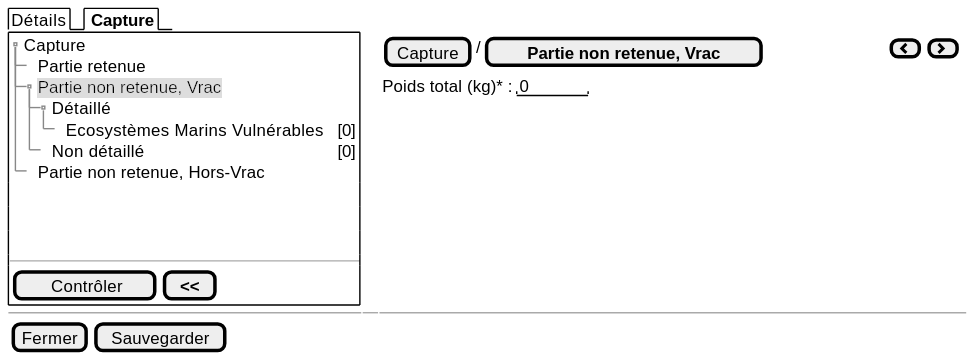
Above: projects/obsmer/spe/images/batch/batch-tree-PNR-VRAC-DETAIL.svg in sumaris-net/sumaris-doc (PlantUML), before the change. Its source is kept beside it as projects/obsmer/spe/images/batch/batch-tree-PNR-VRAC-DETAIL.puml. Source of this version:
```plantuml
@startsalt
{
  {/ Détails | <b> Capture }
  {+
   {T
       + Capture
       ++ Partie retenue
       ++ <back:#DDD>Partie non retenue, Vrac
       +++ Détaillé
       ++++ Ecosystèmes Marins Vulnérables | <color:black>[0]
       +++ Non détaillé | <color:black>[0]
       ++ Partie non retenue, Hors-Vrac
   }
    .
    .
    .
   --
   {
      [<&checkmark> Contrôler] | [ <b><< ]
   }
  } | . | {
    { [Capture] | / | [<b>Partie non retenue, Vrac] | . | . | . | . | . | . | . | . | . | . | . | . | . | . | . | . | . | { [<&chevron-left>] | [<&chevron-right>] } }

    {Poids total (kg)* : | " 0    " | . | . | . | . | . | . | . | . | . | . | . | . | . | . | . | . | . | . | . | . | . | . | . | . | . | . | . | . | . | . | . | . | . | . | . | . | . | . |  }

    }
  -- | -- | --
  { [Fermer] | [Sauvegarder] }
}
@endsalt
```
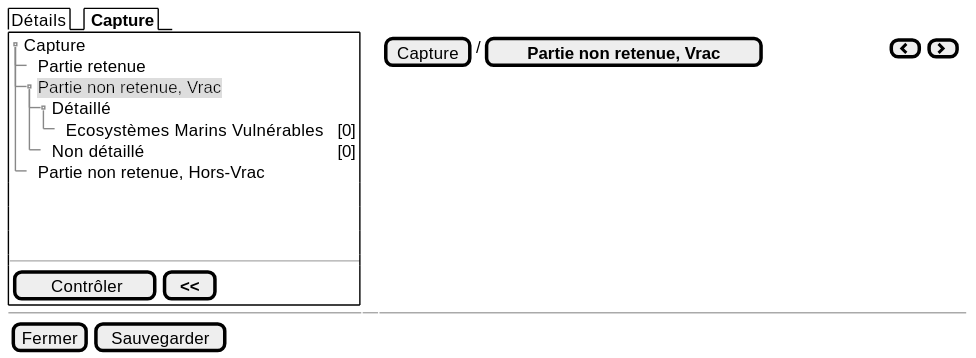
Later version of the same file.

Change to the diagram source:
```diff
@@ -21,8 +21,6 @@
   } | . | {
     { [Capture] | / | [<b>Partie non retenue, Vrac] | . | . | . | . | . | . | . | . | . | . | . | . | . | . | . | . | . | { [<&chevron-left>] | [<&chevron-right>] } }
 
-    {Poids total (kg)* : | " 0    " | . | . | . | . | . | . | . | . | . | . | . | . | . | . | . | . | . | . | . | . | . | . | . | . | . | . | . | . | . | . | . | . | . | . | . | . | . | . |  }
-
     }
   -- | -- | --
   { [Fermer] | [Sauvegarder] }
```
